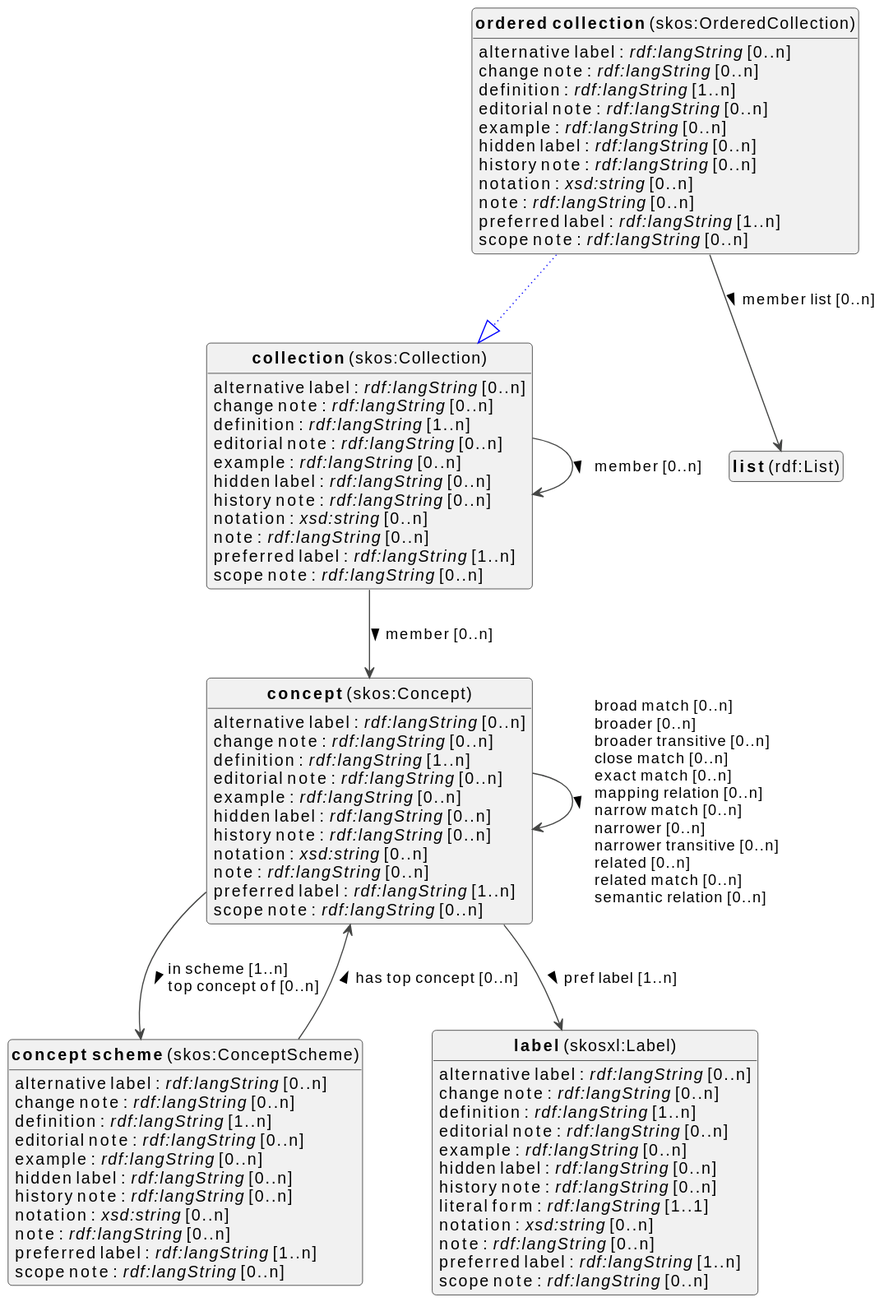
Above: docs/metadata/knowledge-graph/0.0.1/terms/en/terms-diagram.svg in viaacode/documentation-jekyll (PlantUML), before the change.
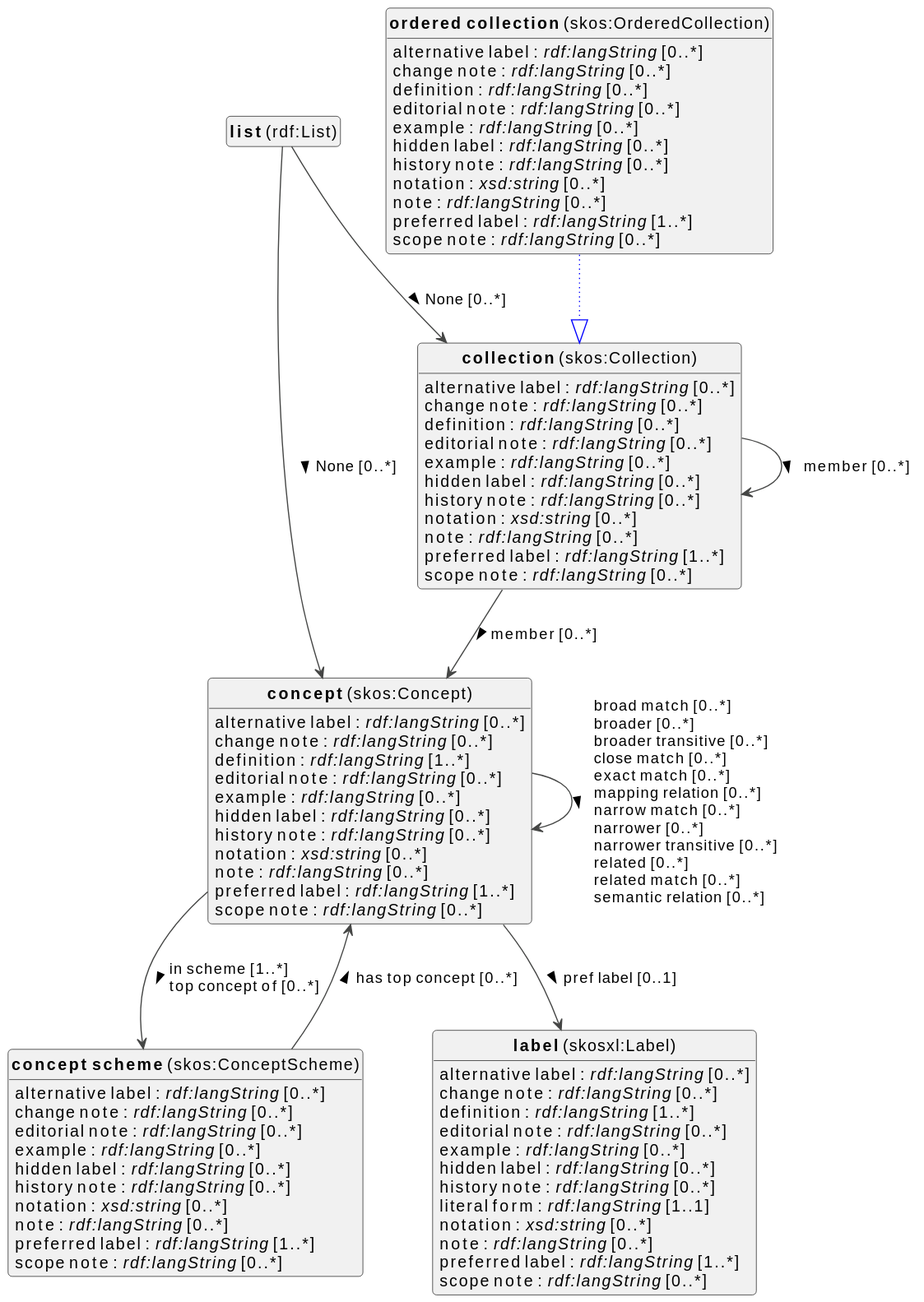
The same diagram one commit later.

Change to the diagram source:
```diff
@@ -19,88 +19,88 @@
 class "<b>collection</b> (skos:Collection)" as skos_Collection [[#skos%3ACollection]]
 
 
-skos_Collection : alternative label : <i>rdf:langString</i> [0..n]
-skos_Collection : change note : <i>rdf:langString</i> [0..n]
-skos_Collection : definition : <i>rdf:langString</i> [1..n]
-skos_Collection : editorial note : <i>rdf:langString</i> [0..n]
-skos_Collection : example : <i>rdf:langString</i> [0..n]
-skos_Collection : hidden label : <i>rdf:langString</i> [0..n]
-skos_Collection : history note : <i>rdf:langString</i> [0..n]
-skos_Collection : notation : <i>xsd:string</i> [0..n]
-skos_Collection : note : <i>rdf:langString</i> [0..n]
-skos_Collection : preferred label : <i>rdf:langString</i> [1..n]
-skos_Collection : scope note : <i>rdf:langString</i> [0..n]
+skos_Collection : alternative label : <i>rdf:langString</i> [0..*]
+skos_Collection : change note : <i>rdf:langString</i> [0..*]
+skos_Collection : definition : <i>rdf:langString</i> [0..*]
+skos_Collection : editorial note : <i>rdf:langString</i> [0..*]
+skos_Collection : example : <i>rdf:langString</i> [0..*]
+skos_Collection : hidden label : <i>rdf:langString</i> [0..*]
+skos_Collection : history note : <i>rdf:langString</i> [0..*]
+skos_Collection : notation : <i>xsd:string</i> [0..*]
+skos_Collection : note : <i>rdf:langString</i> [0..*]
+skos_Collection : preferred label : <i>rdf:langString</i> [1..*]
+skos_Collection : scope note : <i>rdf:langString</i> [0..*]
 
-skos_Collection --> skos_Collection :member [0..n]  >
-skos_Collection --> skos_Concept :member [0..n]  >
+skos_Collection --> skos_Collection :member [0..*]  >
+skos_Collection --> skos_Concept :member [0..*]  >
 
 
 
-skos_Concept : alternative label : <i>rdf:langString</i> [0..n]
-skos_Concept : change note : <i>rdf:langString</i> [0..n]
-skos_Concept : definition : <i>rdf:langString</i> [1..n]
-skos_Concept : editorial note : <i>rdf:langString</i> [0..n]
-skos_Concept : example : <i>rdf:langString</i> [0..n]
-skos_Concept : hidden label : <i>rdf:langString</i> [0..n]
-skos_Concept : history note : <i>rdf:langString</i> [0..n]
-skos_Concept : notation : <i>xsd:string</i> [0..n]
-skos_Concept : note : <i>rdf:langString</i> [0..n]
-skos_Concept : preferred label : <i>rdf:langString</i> [1..n]
-skos_Concept : scope note : <i>rdf:langString</i> [0..n]
+skos_Concept : alternative label : <i>rdf:langString</i> [0..*]
+skos_Concept : change note : <i>rdf:langString</i> [0..*]
+skos_Concept : definition : <i>rdf:langString</i> [1..*]
+skos_Concept : editorial note : <i>rdf:langString</i> [0..*]
+skos_Concept : example : <i>rdf:langString</i> [0..*]
+skos_Concept : hidden label : <i>rdf:langString</i> [0..*]
+skos_Concept : history note : <i>rdf:langString</i> [0..*]
+skos_Concept : notation : <i>xsd:string</i> [0..*]
+skos_Concept : note : <i>rdf:langString</i> [0..*]
+skos_Concept : preferred label : <i>rdf:langString</i> [1..*]
+skos_Concept : scope note : <i>rdf:langString</i> [0..*]
 
-skos_Concept --> skos_Concept :broad match [0..n]  \lbroader [0..n]  \lbroader transitive [0..n]  \lclose match [0..n]  \lexact match [0..n]  \lmapping relation [0..n]  \lnarrow match [0..n]  \lnarrower [0..n]  \lnarrower transitive [0..n]  \lrelated [0..n]  \lrelated match [0..n]  \lsemantic relation [0..n]  >
-skos_Concept --> skos_ConceptScheme :in scheme [1..n]  \ltop concept of [0..n]  >
-skos_Concept --> skosxl_Label :pref label [1..n]  >
+skos_Concept --> skos_Concept :broad match [0..*]  \lbroader [0..*]  \lbroader transitive [0..*]  \lclose match [0..*]  \lexact match [0..*]  \lmapping relation [0..*]  \lnarrow match [0..*]  \lnarrower [0..*]  \lnarrower transitive [0..*]  \lrelated [0..*]  \lrelated match [0..*]  \lsemantic relation [0..*]  >
+skos_Concept --> skos_ConceptScheme :in scheme [1..*]  \ltop concept of [0..*]  >
+skos_Concept --> skosxl_Label :pref label [0..1]  >
 
 
 
-skos_ConceptScheme : alternative label : <i>rdf:langString</i> [0..n]
-skos_ConceptScheme : change note : <i>rdf:langString</i> [0..n]
-skos_ConceptScheme : definition : <i>rdf:langString</i> [1..n]
-skos_ConceptScheme : editorial note : <i>rdf:langString</i> [0..n]
-skos_ConceptScheme : example : <i>rdf:langString</i> [0..n]
-skos_ConceptScheme : hidden label : <i>rdf:langString</i> [0..n]
-skos_ConceptScheme : history note : <i>rdf:langString</i> [0..n]
-skos_ConceptScheme : notation : <i>xsd:string</i> [0..n]
-skos_ConceptScheme : note : <i>rdf:langString</i> [0..n]
-skos_ConceptScheme : preferred label : <i>rdf:langString</i> [1..n]
-skos_ConceptScheme : scope note : <i>rdf:langString</i> [0..n]
+skos_ConceptScheme : alternative label : <i>rdf:langString</i> [0..*]
+skos_ConceptScheme : change note : <i>rdf:langString</i> [0..*]
+skos_ConceptScheme : editorial note : <i>rdf:langString</i> [0..*]
+skos_ConceptScheme : example : <i>rdf:langString</i> [0..*]
+skos_ConceptScheme : hidden label : <i>rdf:langString</i> [0..*]
+skos_ConceptScheme : history note : <i>rdf:langString</i> [0..*]
+skos_ConceptScheme : notation : <i>xsd:string</i> [0..*]
+skos_ConceptScheme : note : <i>rdf:langString</i> [0..*]
+skos_ConceptScheme : preferred label : <i>rdf:langString</i> [1..*]
+skos_ConceptScheme : scope note : <i>rdf:langString</i> [0..*]
 
-skos_ConceptScheme --> skos_Concept :has top concept [0..n]  >
+skos_ConceptScheme --> skos_Concept :has top concept [0..*]  >
 
 
 
-skosxl_Label : alternative label : <i>rdf:langString</i> [0..n]
-skosxl_Label : change note : <i>rdf:langString</i> [0..n]
-skosxl_Label : definition : <i>rdf:langString</i> [1..n]
-skosxl_Label : editorial note : <i>rdf:langString</i> [0..n]
-skosxl_Label : example : <i>rdf:langString</i> [0..n]
-skosxl_Label : hidden label : <i>rdf:langString</i> [0..n]
-skosxl_Label : history note : <i>rdf:langString</i> [0..n]
+skosxl_Label : alternative label : <i>rdf:langString</i> [0..*]
+skosxl_Label : change note : <i>rdf:langString</i> [0..*]
+skosxl_Label : definition : <i>rdf:langString</i> [1..*]
+skosxl_Label : editorial note : <i>rdf:langString</i> [0..*]
+skosxl_Label : example : <i>rdf:langString</i> [0..*]
+skosxl_Label : hidden label : <i>rdf:langString</i> [0..*]
+skosxl_Label : history note : <i>rdf:langString</i> [0..*]
 skosxl_Label : literal form : <i>rdf:langString</i> [1..1]
-skosxl_Label : notation : <i>xsd:string</i> [0..n]
-skosxl_Label : note : <i>rdf:langString</i> [0..n]
-skosxl_Label : preferred label : <i>rdf:langString</i> [1..n]
-skosxl_Label : scope note : <i>rdf:langString</i> [0..n]
+skosxl_Label : notation : <i>xsd:string</i> [0..*]
+skosxl_Label : note : <i>rdf:langString</i> [0..*]
+skosxl_Label : preferred label : <i>rdf:langString</i> [1..*]
+skosxl_Label : scope note : <i>rdf:langString</i> [0..*]
 
 
 
 
+rdf_List --> skos_Collection :None [0..*]  >
+rdf_List --> skos_Concept :None [0..*]  >
 
 skos_OrderedCollection --|> skos_Collection #blue;line.dotted;text:blue
 
-skos_OrderedCollection : alternative label : <i>rdf:langString</i> [0..n]
-skos_OrderedCollection : change note : <i>rdf:langString</i> [0..n]
-skos_OrderedCollection : definition : <i>rdf:langString</i> [1..n]
-skos_OrderedCollection : editorial note : <i>rdf:langString</i> [0..n]
-skos_OrderedCollection : example : <i>rdf:langString</i> [0..n]
-skos_OrderedCollection : hidden label : <i>rdf:langString</i> [0..n]
-skos_OrderedCollection : history note : <i>rdf:langString</i> [0..n]
-skos_OrderedCollection : notation : <i>xsd:string</i> [0..n]
-skos_OrderedCollection : note : <i>rdf:langString</i> [0..n]
-skos_OrderedCollection : preferred label : <i>rdf:langString</i> [1..n]
-skos_OrderedCollection : scope note : <i>rdf:langString</i> [0..n]
-skos_OrderedCollection --> rdf_List :member list [0..n]  >
+skos_OrderedCollection : alternative label : <i>rdf:langString</i> [0..*]
+skos_OrderedCollection : change note : <i>rdf:langString</i> [0..*]
+skos_OrderedCollection : definition : <i>rdf:langString</i> [0..*]
+skos_OrderedCollection : editorial note : <i>rdf:langString</i> [0..*]
+skos_OrderedCollection : example : <i>rdf:langString</i> [0..*]
+skos_OrderedCollection : hidden label : <i>rdf:langString</i> [0..*]
+skos_OrderedCollection : history note : <i>rdf:langString</i> [0..*]
+skos_OrderedCollection : notation : <i>xsd:string</i> [0..*]
+skos_OrderedCollection : note : <i>rdf:langString</i> [0..*]
+skos_OrderedCollection : preferred label : <i>rdf:langString</i> [1..*]
+skos_OrderedCollection : scope note : <i>rdf:langString</i> [0..*]
 
 
 
```
